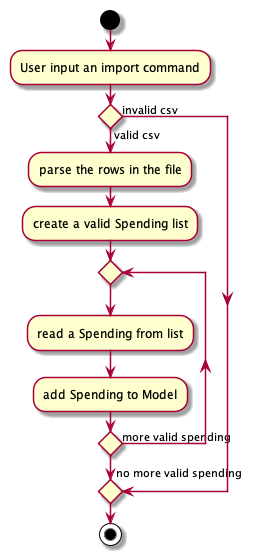
Earlier version of the PlantUML export docs/images/ImportActivityDiagram.png (nus-cs2103-AY1920S1/addressbook-level3).
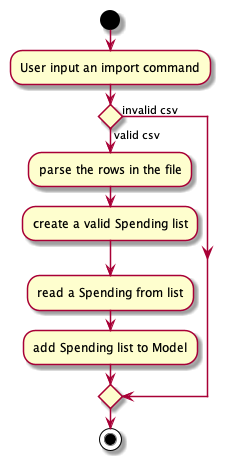
After the commit.

Diff of the diagram source:
```diff
@@ -4,11 +4,8 @@
 if () then (valid csv)
 :parse the rows in the file;
 :create a valid Spending list;
-repeat
   :read a Spending from list;
-  :add Spending to Model;
-repeat while () is (more valid spending)
-->no more valid spending;
+  :add Spending list to Model;
 else (invalid csv)
 endif
 stop
```
